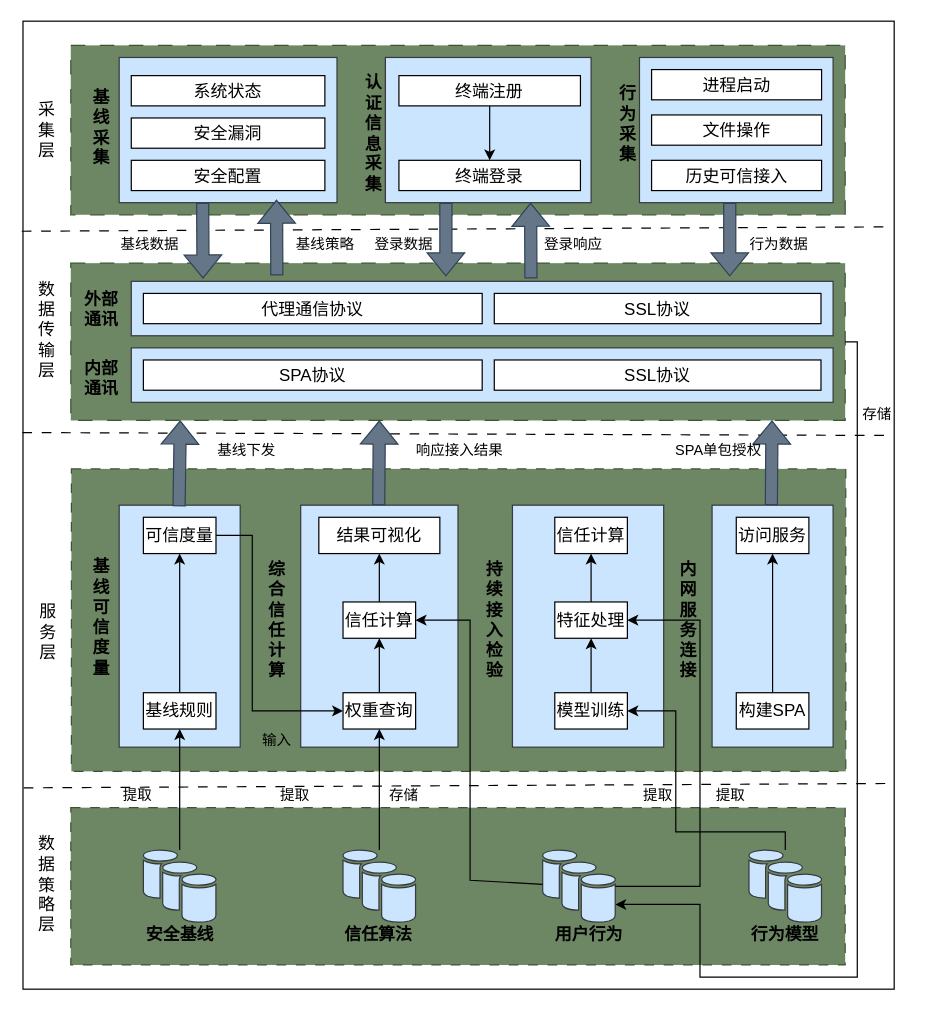
Moose1273/- keeps this draw.io diagram as testDirectory/零信任可信接入系统架构图.drawio. Above is the earlier version. Source tidied: cells renumbered, new cells numbered last; positions are measured from the earlier drawing's top-left corner, leaving out a move shared by most shapes. Both pictures are drawn from the tidied source at 121%, with x=0, y=0 at pixel (22, 21).
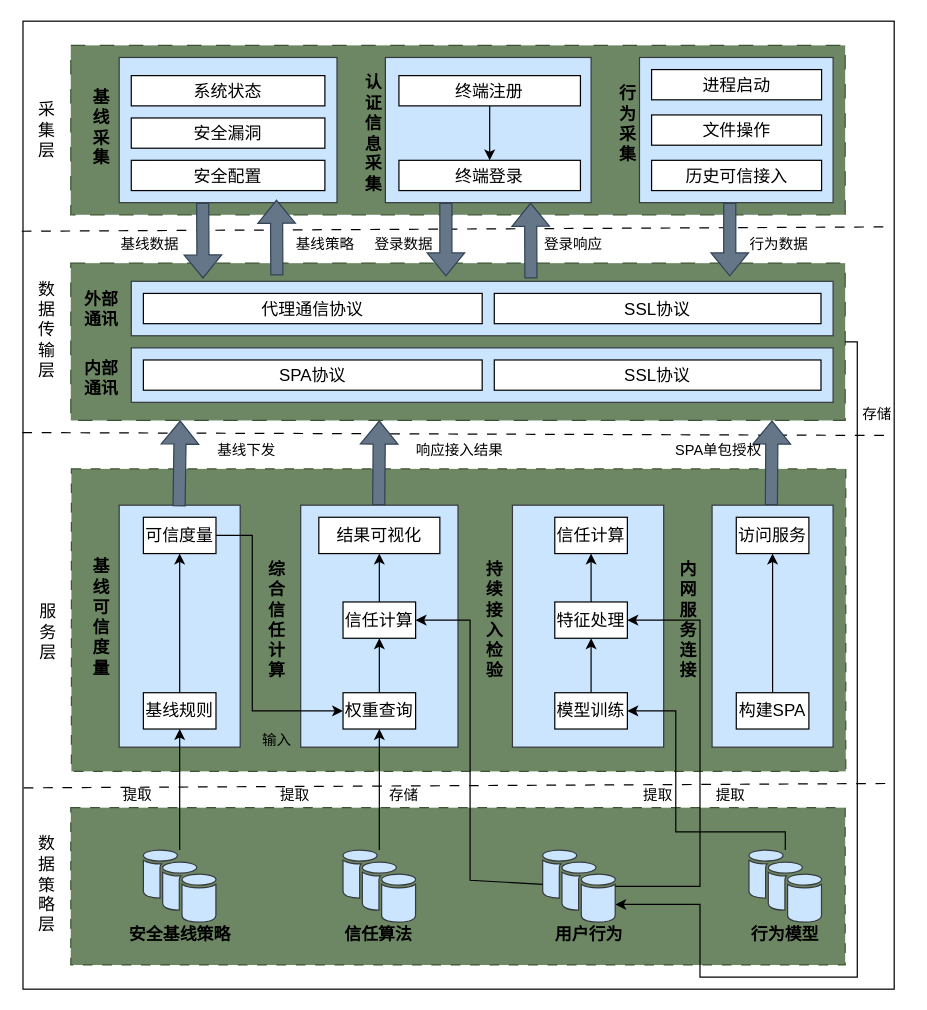
Above is the later version.

Commit message:
更新零信任可信接入系统架构图.drawio

What changed in the source:
```diff
@@
-    <mxCell id="40" value="&lt;span style=&quot;font-size: 14px;&quot;&gt;&lt;b&gt;安全基线&lt;/b&gt;&lt;/span&gt;" style="text;html=1;align=center;verticalAlign=middle;strokeColor=none;fillColor=none;" parent="1" vertex="1">
-      <mxGeometry x="90" y="740" width="80" height="30" as="geometry" />
+    <mxCell id="40" value="&lt;span style=&quot;font-size: 14px;&quot;&gt;&lt;b&gt;安全基线策略&lt;/b&gt;&lt;/span&gt;" style="text;html=1;align=center;verticalAlign=middle;strokeColor=none;fillColor=none;" parent="1" vertex="1">
+      <mxGeometry x="75" y="740" width="110" height="30" as="geometry" />
     </mxCell>
```
